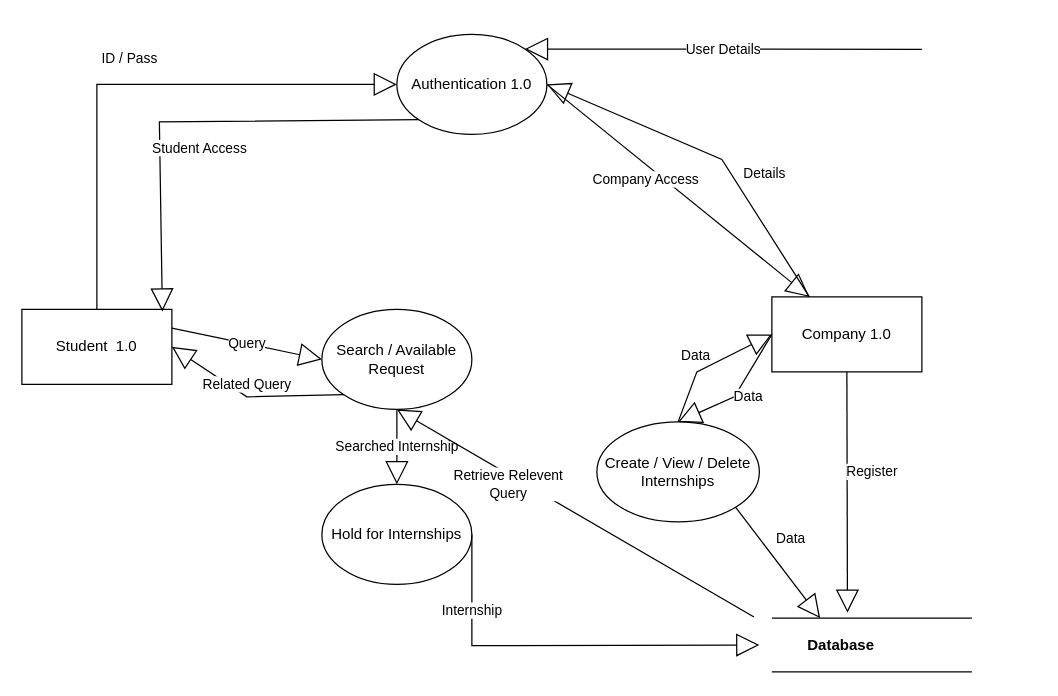
This is DFD/DFD Level1.drawio from mayank-0407/GetPlaced, a draw.io file, before an edit. Source tidied: cells renumbered, new cells numbered last; positions are measured from the earlier drawing's top-left corner, leaving out a move shared by most shapes. Both pictures are drawn from the tidied source at 125%, with x=0, y=0 at pixel (21, 34).
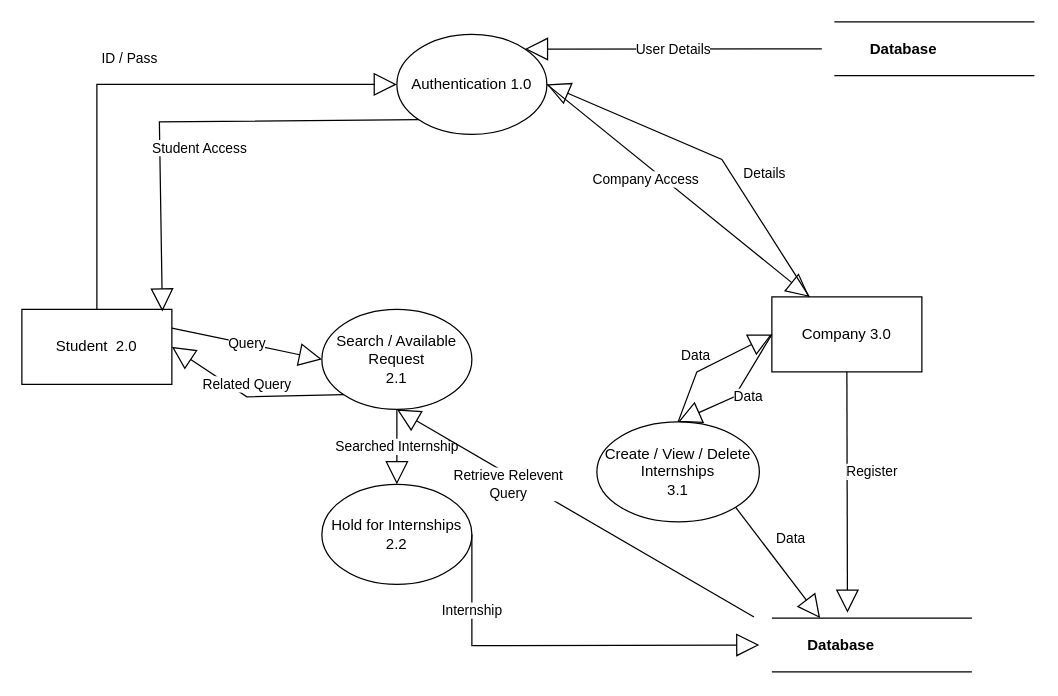
The same diagram, later.

Unchanged cells that the change refers to:
```xml
<mxCell id="3" value="Authentication 1.0" style="ellipse;whiteSpace=wrap;html=1;" parent="1" vertex="1">
  <mxGeometry x="300" width="120" height="80" as="geometry" />
</mxCell>
```

The edit, as a diff of the source:
```diff
@@
-    <mxCell id="2" value="Student&amp;nbsp; 1.0" style="rounded=0;whiteSpace=wrap;html=1;" parent="1" vertex="1">
+    <mxCell id="2" value="Student&amp;nbsp; 2.0" style="rounded=0;whiteSpace=wrap;html=1;" parent="1" vertex="1">
       <mxGeometry y="220" width="120" height="60" as="geometry" />
     </mxCell>
@@
-    <mxCell id="5" value="User Details" style="endArrow=block;endSize=16;endFill=0;html=1;rounded=0;entryX=1;entryY=0;entryDx=0;entryDy=0;" parent="1" edge="1" target="3">
-      <mxGeometry relative="1" as="geometry">
-        <mxPoint x="720" y="12" as="sourcePoint" />
-      </mxGeometry>
+    <mxCell id="5" value="User Details" style="endArrow=block;endSize=16;endFill=0;html=1;rounded=0;entryX=1;entryY=0;entryDx=0;entryDy=0;exitX=0;exitY=0.5;exitDx=0;exitDy=0;" parent="1" edge="1" source="25" target="3">
+      <mxGeometry relative="1" as="geometry" />
     </mxCell>
-    <mxCell id="6" value="Company 1.0" style="rounded=0;whiteSpace=wrap;html=1;" parent="1" vertex="1">
+    <mxCell id="6" value="Company 3.0" style="rounded=0;whiteSpace=wrap;html=1;" parent="1" vertex="1">
       <mxGeometry x="600" y="210" width="120" height="60" as="geometry" />
     </mxCell>
@@
-    <mxCell id="11" value="Create / View / Delete&lt;br&gt;Internships" style="ellipse;whiteSpace=wrap;html=1;" parent="1" vertex="1">
+    <mxCell id="11" value="Create / View / Delete&lt;br&gt;Internships&lt;br&gt;3.1" style="ellipse;whiteSpace=wrap;html=1;" parent="1" vertex="1">
       <mxGeometry x="460" y="310" width="130" height="80" as="geometry" />
     </mxCell>
@@
-    <mxCell id="14" value="Search / Available Request" style="ellipse;whiteSpace=wrap;html=1;" parent="1" vertex="1">
+    <mxCell id="14" value="Search / Available Request&lt;br&gt;2.1" style="ellipse;whiteSpace=wrap;html=1;" parent="1" vertex="1">
       <mxGeometry x="240" y="220" width="120" height="80" as="geometry" />
     </mxCell>
@@
-    <mxCell id="17" value="Hold for Internships" style="ellipse;whiteSpace=wrap;html=1;" parent="1" vertex="1">
+    <mxCell id="17" value="Hold for Internships&lt;br&gt;2.2" style="ellipse;whiteSpace=wrap;html=1;" parent="1" vertex="1">
       <mxGeometry x="240" y="360" width="120" height="80" as="geometry" />
     </mxCell>
@@
+    <mxCell id="25" value="Database" style="text;align=center;fontStyle=1;verticalAlign=middle;spacingLeft=3;spacingRight=3;strokeColor=none;points=[[0,0.5],[1,0.5]];portConstraint=eastwest;html=1;" parent="1" vertex="1">
+      <mxGeometry x="640" y="-10" width="130" height="43" as="geometry" />
+    </mxCell>
+    <mxCell id="26" style="endArrow=none;html=1;rounded=0;" parent="1" edge="1">
+      <mxGeometry relative="1" as="geometry">
+        <mxPoint x="650" y="-10" as="sourcePoint" />
+        <mxPoint x="810" y="-10" as="targetPoint" />
+      </mxGeometry>
+    </mxCell>
+    <mxCell id="27" style="endArrow=none;html=1;rounded=0;" parent="1" edge="1">
+      <mxGeometry relative="1" as="geometry">
+        <mxPoint x="650" y="33" as="sourcePoint" />
+        <mxPoint x="810" y="33" as="targetPoint" />
+      </mxGeometry>
+    </mxCell>
```
